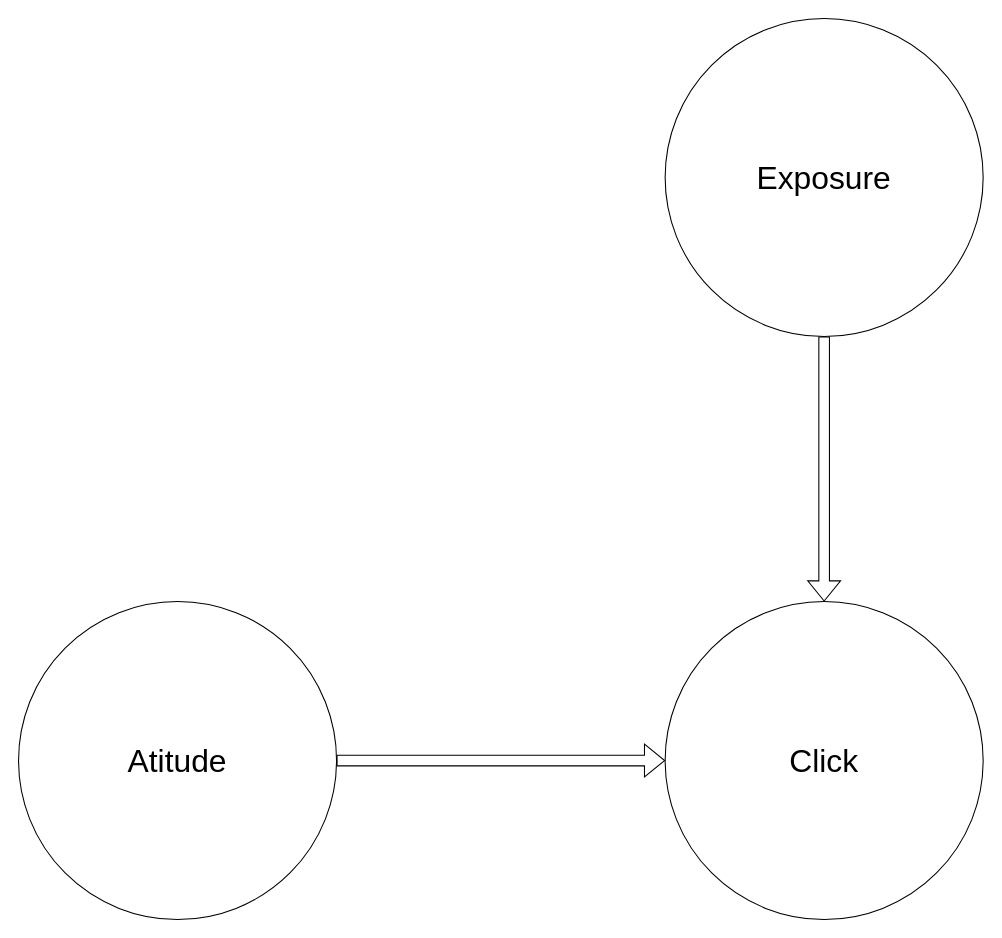
This is img/test.drawio from liuqidong07/CULearning, a draw.io file, before an edit. Source tidied: cells renumbered, new cells numbered last; positions are measured from the earlier drawing's top-left corner, leaving out a move shared by most shapes. Both pictures are drawn from the tidied source at 106%, with x=0, y=0 at pixel (18, 18).
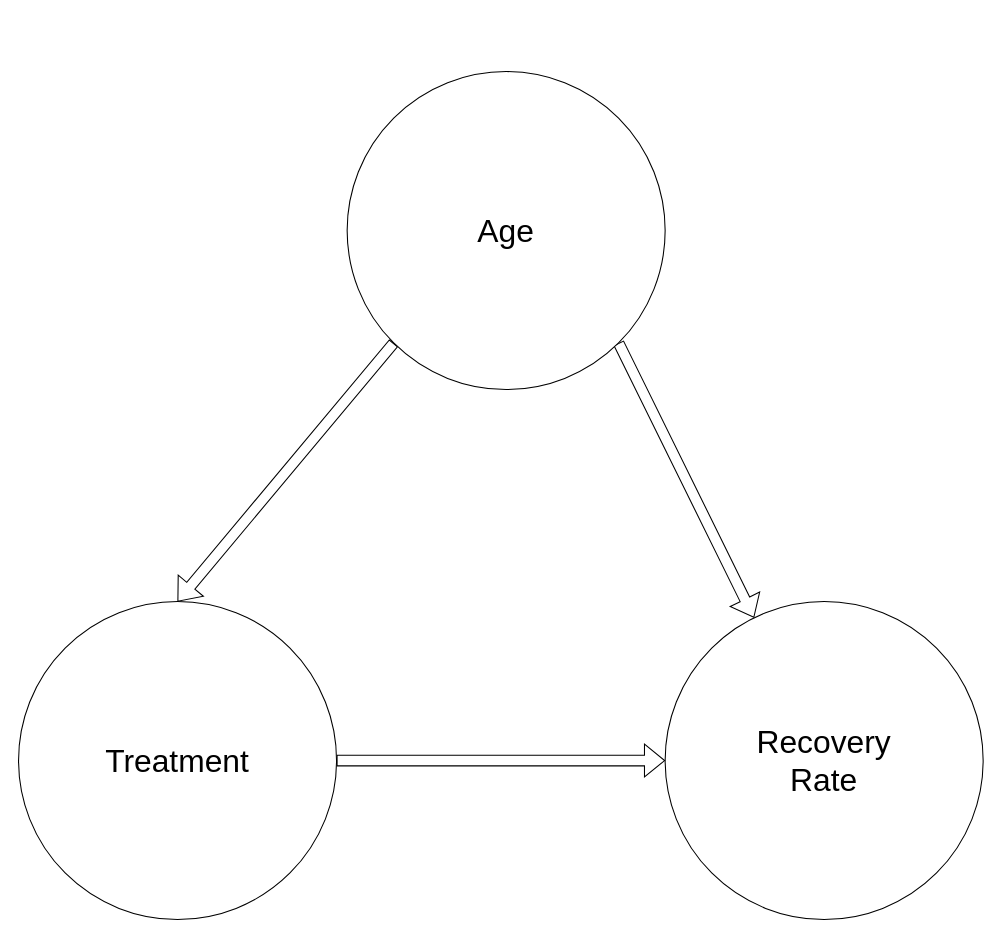
Above is the later version.

Diff of the diagram source:
```diff
@@
 <mxGraphModel>
   <root>
     <mxCell id="0" />
     <mxCell id="1" parent="0" />
-    <mxCell id="2" style="edgeStyle=orthogonalEdgeStyle;rounded=0;jettySize=auto;html=1;exitX=0.5;exitY=1;exitDx=0;exitDy=0;entryX=0.5;entryY=0;entryDx=0;entryDy=0;shape=flexArrow;" parent="1" edge="1" source="3" target="4">
+    <mxCell id="2" style="rounded=0;jettySize=auto;html=1;exitX=1;exitY=1;exitDx=0;exitDy=0;shape=flexArrow;" parent="1" edge="1" source="3" target="4">
       <mxGeometry relative="1" as="geometry" />
     </mxCell>
+    <mxCell id="10" style="edgeStyle=none;shape=flexArrow;rounded=0;jettySize=auto;html=1;exitX=0;exitY=1;exitDx=0;exitDy=0;entryX=0.5;entryY=0;entryDx=0;entryDy=0;" parent="1" edge="1" source="3" target="6">
+      <mxGeometry relative="1" as="geometry" />
+    </mxCell>
     <mxCell id="3" style="ellipse;whiteSpace=wrap;html=1;" parent="1" vertex="1">
-      <mxGeometry x="610" width="300" height="300" as="geometry" />
+      <mxGeometry x="310" y="50" width="300" height="300" as="geometry" />
     </mxCell>
     <mxCell id="4" style="ellipse;whiteSpace=wrap;html=1;" parent="1" vertex="1">
       <mxGeometry x="610" y="550" width="300" height="300" as="geometry" />
     </mxCell>
     <mxCell id="5" style="edgeStyle=orthogonalEdgeStyle;rounded=0;jettySize=auto;html=1;exitX=1;exitY=0.5;exitDx=0;exitDy=0;shape=flexArrow;" parent="1" edge="1" source="6" target="4">
       <mxGeometry relative="1" as="geometry" />
     </mxCell>
     <mxCell id="6" style="ellipse;whiteSpace=wrap;html=1;" parent="1" vertex="1">
       <mxGeometry y="550" width="300" height="300" as="geometry" />
     </mxCell>
-    <mxCell id="7" value="&lt;font style=&quot;font-size: 30px&quot;&gt;Click&lt;/font&gt;" style="text;html=1;strokeColor=none;fillColor=none;align=center;verticalAlign=middle;whiteSpace=wrap;rounded=0;" parent="1" vertex="1">
+    <mxCell id="7" value="&lt;font style=&quot;font-size: 30px&quot;&gt;Recovery&lt;br&gt;Rate&lt;br&gt;&lt;/font&gt;" style="text;html=1;strokeColor=none;fillColor=none;align=center;verticalAlign=middle;whiteSpace=wrap;rounded=0;" parent="1" vertex="1">
       <mxGeometry x="740" y="690" width="40" height="20" as="geometry" />
     </mxCell>
-    <mxCell id="8" value="&lt;font style=&quot;font-size: 30px&quot;&gt;Exposure&lt;br&gt;&lt;/font&gt;" style="text;html=1;strokeColor=none;fillColor=none;align=center;verticalAlign=middle;whiteSpace=wrap;rounded=0;" parent="1" vertex="1">
-      <mxGeometry x="740" y="140" width="40" height="20" as="geometry" />
-    </mxCell>
-    <mxCell id="9" value="&lt;span style=&quot;font-size: 30px&quot;&gt;Atitude&lt;/span&gt;" style="text;html=1;strokeColor=none;fillColor=none;align=center;verticalAlign=middle;whiteSpace=wrap;rounded=0;" parent="1" vertex="1">
+    <mxCell id="9" value="&lt;span style=&quot;font-size: 30px&quot;&gt;Treatment&lt;/span&gt;" style="text;html=1;strokeColor=none;fillColor=none;align=center;verticalAlign=middle;whiteSpace=wrap;rounded=0;" parent="1" vertex="1">
       <mxGeometry x="130" y="690" width="40" height="20" as="geometry" />
     </mxCell>
+    <mxCell id="11" value="&lt;font style=&quot;font-size: 30px&quot;&gt;Age&lt;/font&gt;" style="text;html=1;strokeColor=none;fillColor=none;align=center;verticalAlign=middle;whiteSpace=wrap;rounded=0;" parent="1" vertex="1">
+      <mxGeometry x="440" y="190" width="40" height="20" as="geometry" />
+    </mxCell>
   </root>
 </mxGraphModel>
```
